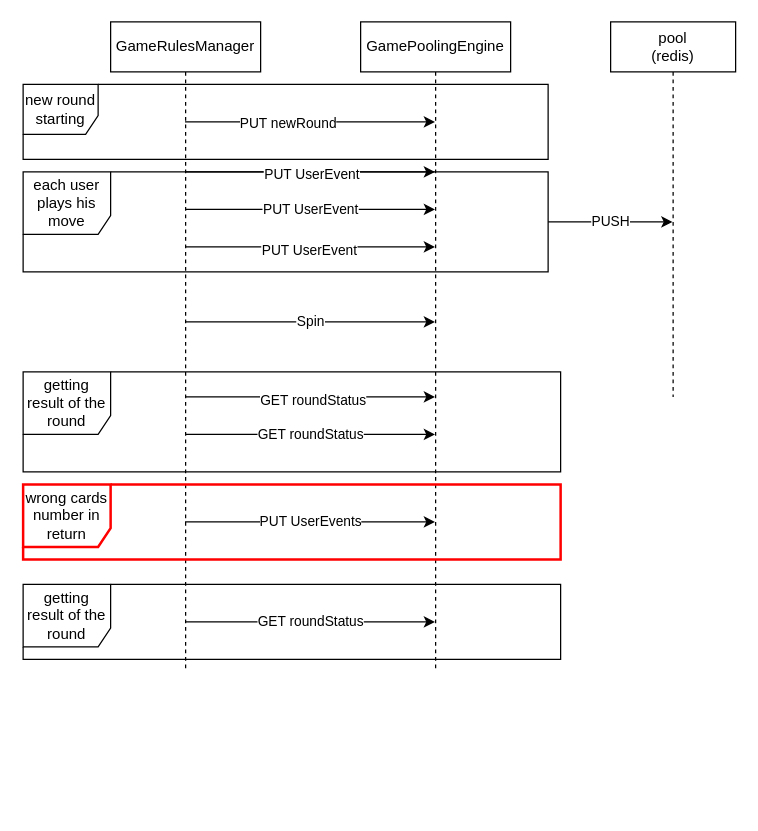
Before: docs/img/GamePoolingEngineFlow.drawio in marcocipri/game-pooling-engine, a draw.io diagram. Source tidied: cells renumbered, new cells numbered last; positions are measured from the earlier drawing's top-left corner, leaving out a move shared by most shapes. Both pictures are drawn from the tidied source at 125%, with x=0, y=0 at pixel (22, 21).
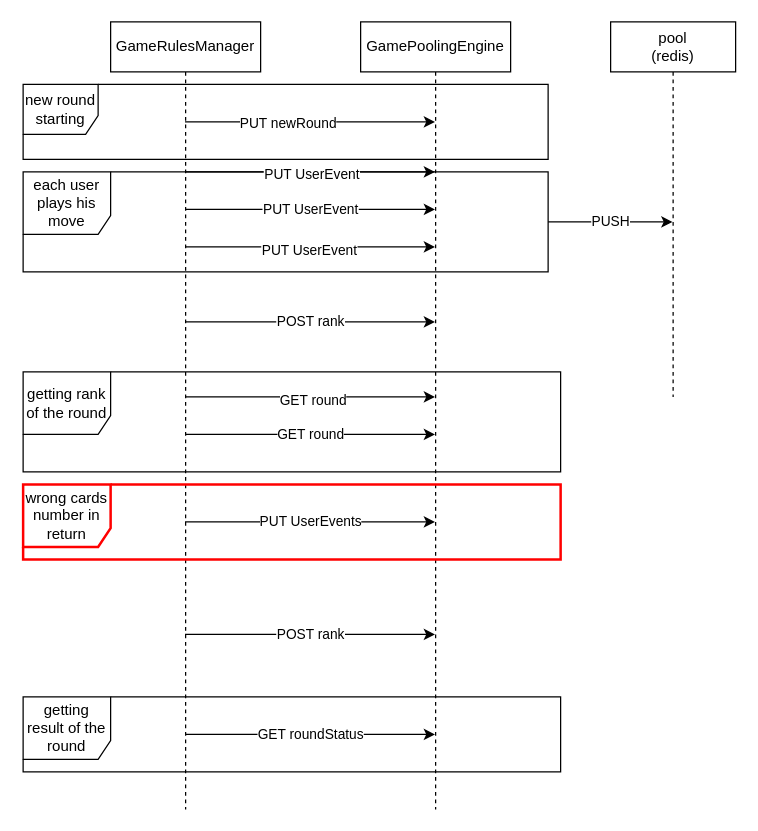
The same diagram, later.

The change refers to these unchanged cells:
```xml
<mxCell id="18" style="edgeStyle=orthogonalEdgeStyle;rounded=0;jettySize=auto;html=1;" parent="1" edge="1" source="22" target="7">
  <mxGeometry relative="1" as="geometry">
    <Array as="points">
      <mxPoint x="230" y="300" />
      <mxPoint x="230" y="300" />
    </Array>
  </mxGeometry>
</mxCell>
```

The edit, as a diff of the source:
```diff
@@
     <mxCell id="2" value="getting result of the round" style="shape=umlFrame;whiteSpace=wrap;html=1;width=70;height=50;" parent="1" vertex="1">
-      <mxGeometry y="450" width="430" height="60" as="geometry" />
+      <mxGeometry y="540" width="430" height="60" as="geometry" />
     </mxCell>
-    <mxCell id="3" value="getting result of the round" style="shape=umlFrame;whiteSpace=wrap;html=1;width=70;height=50;" parent="1" vertex="1">
+    <mxCell id="3" value="getting rank of the round" style="shape=umlFrame;whiteSpace=wrap;html=1;width=70;height=50;" parent="1" vertex="1">
       <mxGeometry y="280" width="430" height="80" as="geometry" />
     </mxCell>
@@
     <mxCell id="7" value="GamePoolingEngine" style="shape=umlLifeline;perimeter=lifelinePerimeter;whiteSpace=wrap;html=1;outlineConnect=0;" parent="1" vertex="1">
-      <mxGeometry x="270" width="120" height="520" as="geometry" />
+      <mxGeometry x="270" width="120" height="630" as="geometry" />
     </mxCell>
@@
-    <mxCell id="16" value="Spin" style="edgeStyle=orthogonalEdgeStyle;rounded=0;jettySize=auto;html=1;" parent="1" edge="1" source="22" target="7">
+    <mxCell id="16" value="POST rank" style="edgeStyle=orthogonalEdgeStyle;rounded=0;jettySize=auto;html=1;" parent="1" edge="1" source="22" target="7">
       <mxGeometry relative="1" as="geometry">
         <Array as="points">
           <mxPoint x="230" y="240" />
           <mxPoint x="230" y="240" />
         </Array>
       </mxGeometry>
     </mxCell>
-    <mxCell id="17" value="GET roundStatus" style="edgeStyle=orthogonalEdgeStyle;rounded=0;jettySize=auto;html=1;" parent="1" edge="1" source="22" target="7">
+    <mxCell id="17" value="GET round" style="edgeStyle=orthogonalEdgeStyle;rounded=0;jettySize=auto;html=1;" parent="1" edge="1" source="22" target="7">
       <mxGeometry relative="1" as="geometry">
         <Array as="points">
           <mxPoint x="220" y="330" />
           <mxPoint x="220" y="330" />
         </Array>
       </mxGeometry>
     </mxCell>
@@
-    <mxCell id="19" value="GET roundStatus" style="edgeLabel;html=1;align=center;verticalAlign=middle;" parent="18" vertex="1">
+    <mxCell id="19" value="GET round" style="edgeLabel;html=1;align=center;verticalAlign=middle;" parent="18" vertex="1">
       <mxGeometry x="0.01" y="-2" relative="1" as="geometry">
         <mxPoint x="1" as="offset" />
       </mxGeometry>
     </mxCell>
@@
-    <mxCell id="21" value="GET roundStatus" style="edgeStyle=orthogonalEdgeStyle;rounded=0;jettySize=auto;html=1;" parent="1" edge="1" source="22" target="7">
+    <mxCell id="21" value="GET roundStatus" style="edgeStyle=orthogonalEdgeStyle;rounded=0;orthogonalLoop=1;jettySize=auto;html=1;" parent="1" edge="1">
       <mxGeometry relative="1" as="geometry">
+        <mxPoint x="129.5" y="570" as="sourcePoint" />
+        <mxPoint x="329.5" y="570" as="targetPoint" />
         <Array as="points">
-          <mxPoint x="200" y="480" />
-          <mxPoint x="200" y="480" />
+          <mxPoint x="200" y="570" />
+          <mxPoint x="200" y="570" />
         </Array>
       </mxGeometry>
     </mxCell>
     <mxCell id="22" value="GameRulesManager" style="shape=umlLifeline;perimeter=lifelinePerimeter;whiteSpace=wrap;html=1;outlineConnect=0;" parent="1" vertex="1">
-      <mxGeometry x="70" width="120" height="520" as="geometry" />
+      <mxGeometry x="70" width="120" height="630" as="geometry" />
     </mxCell>
@@
+    <mxCell id="24" value="POST rank" style="edgeStyle=orthogonalEdgeStyle;rounded=0;jettySize=auto;html=1;" parent="1" edge="1" source="22" target="7">
+      <mxGeometry relative="1" as="geometry">
+        <Array as="points">
+          <mxPoint x="220" y="490" />
+          <mxPoint x="220" y="490" />
+        </Array>
+      </mxGeometry>
+    </mxCell>
```
